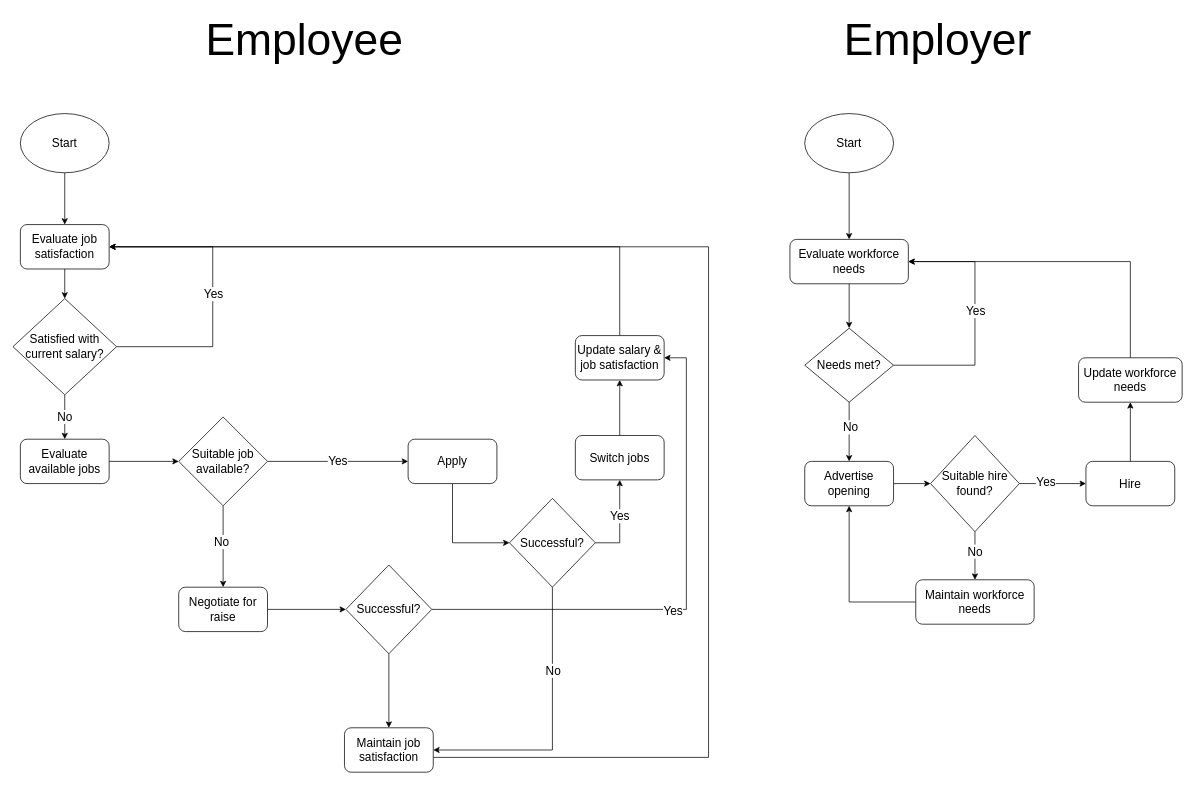
This is Optimising Compensation.drawio from TinoMuzambi/OptimisingCompensation, a draw.io file, before an edit. Source tidied: cells renumbered, new cells numbered last; positions are measured from the earlier drawing's top-left corner, leaving out a move shared by most shapes. Both pictures are drawn from the tidied source at 74%, with x=0, y=0 at pixel (13, 28).
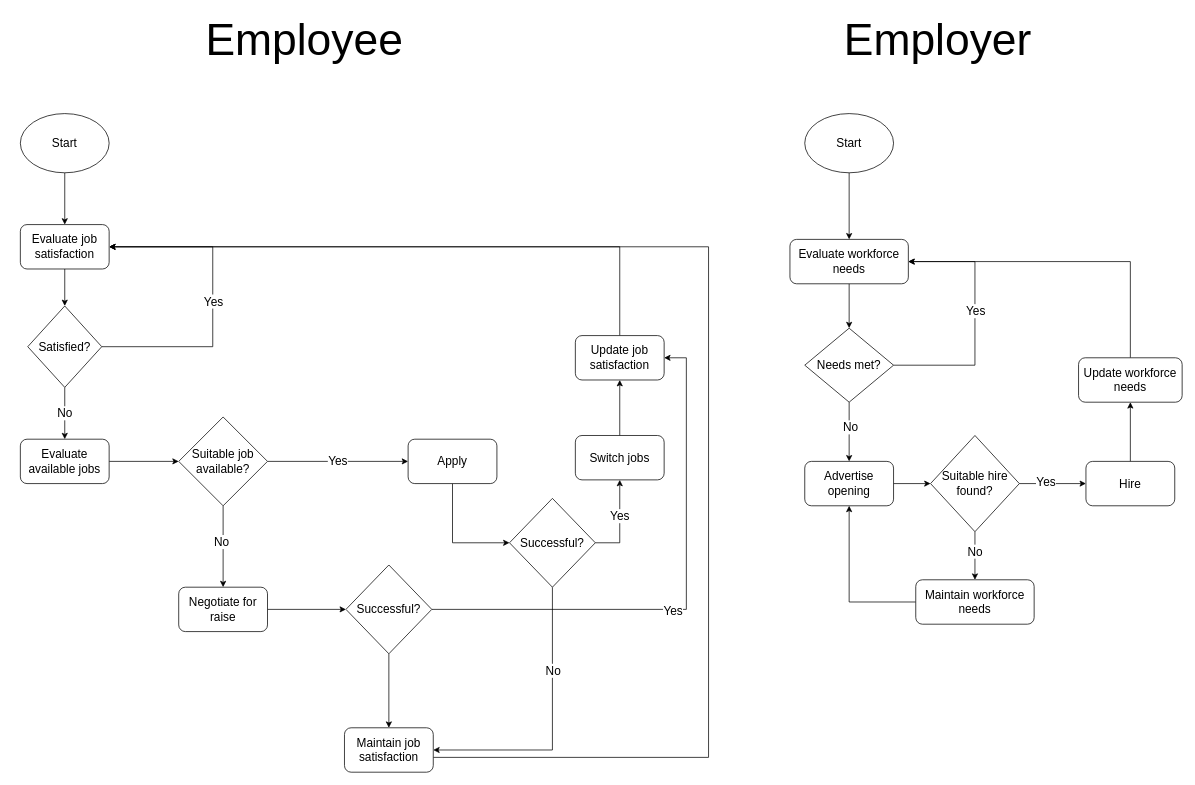
The same page after the edit.

Commit message (it also covers changes not shown here):
Adds job satisfaction calc

The edit, as a diff of the source:
```diff
@@
-    <mxCell id="7" value="Satisfied with current salary?" style="rhombus;whiteSpace=wrap;html=1;fontSize=16;" parent="1" vertex="1">
-      <mxGeometry y="365" width="140" height="130" as="geometry" />
+    <mxCell id="7" value="Satisfied?" style="rhombus;whiteSpace=wrap;html=1;fontSize=16;" parent="1" vertex="1">
+      <mxGeometry x="20" y="375" width="100" height="110" as="geometry" />
     </mxCell>
@@
-    <mxCell id="21" value="Update salary &amp;amp; job satisfaction" style="whiteSpace=wrap;html=1;fontSize=16;rounded=1;" parent="1" vertex="1">
+    <mxCell id="21" value="Update job satisfaction" style="whiteSpace=wrap;html=1;fontSize=16;rounded=1;" parent="1" vertex="1">
       <mxGeometry x="760" y="415" width="120" height="60" as="geometry" />
     </mxCell>
```
